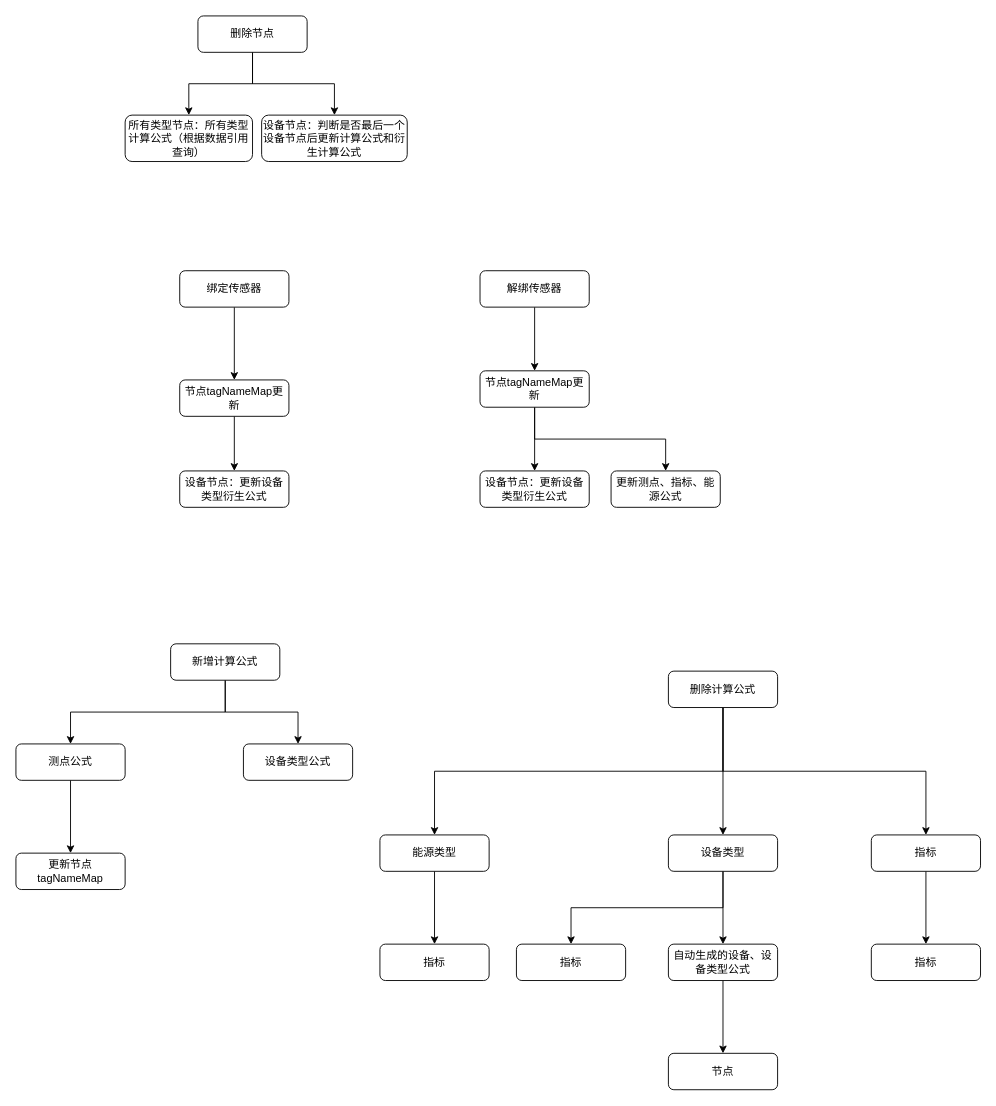
bird1225/draw keeps this draw.io diagram as 能源管理-tagName更新.drawio. Above is the earlier version. Source tidied: cells renumbered, new cells numbered last; positions are measured from the earlier drawing's top-left corner, leaving out a move shared by most shapes. Both pictures are drawn from the tidied source at 91%, with x=0, y=0 at pixel (15, 15).
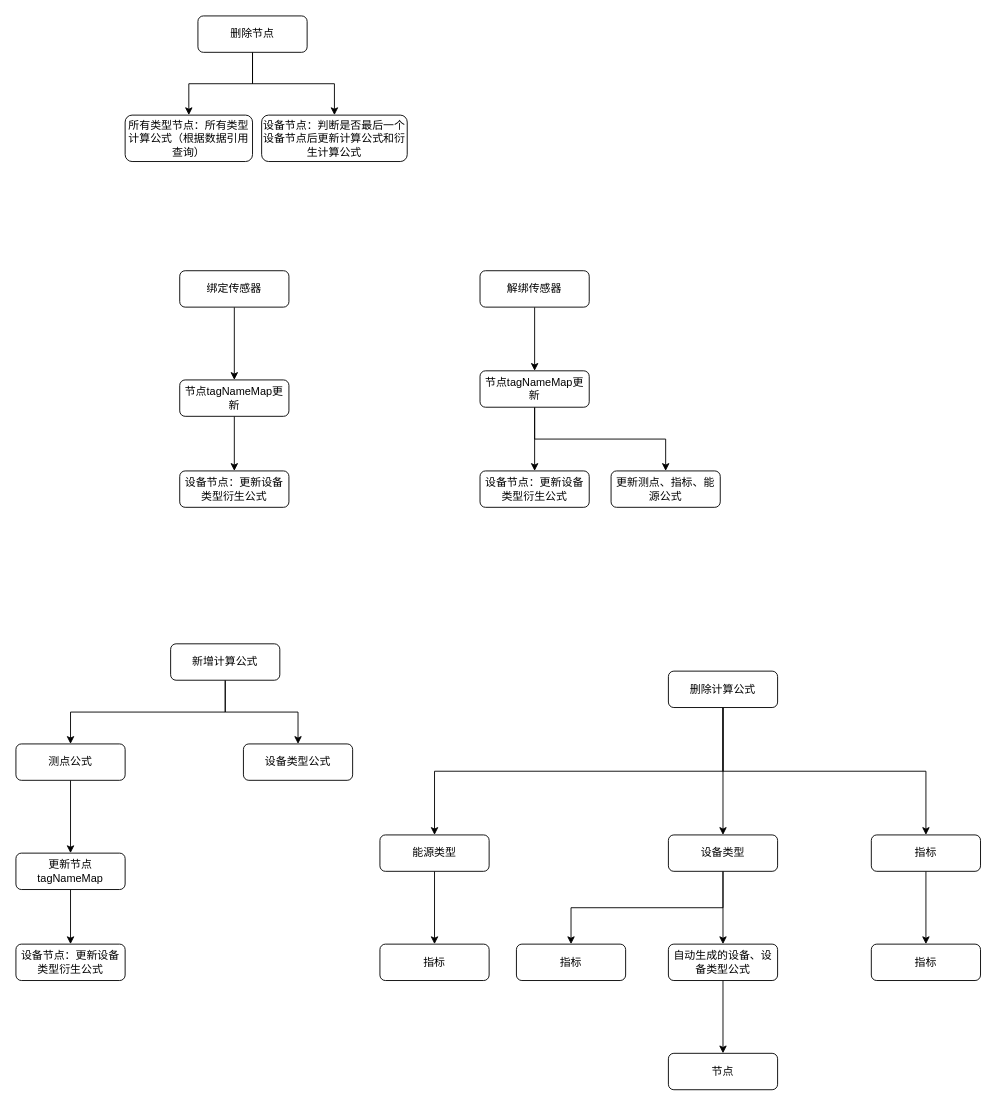
After the change.

Commit message:
更新能源管理-tagName更新.drawio

Unchanged cells that the change refers to:
```xml
<mxCell id="29" value="更新节点tagNameMap" style="rounded=1;whiteSpace=wrap;html=1;fontSize=12;glass=0;strokeWidth=1;shadow=0;" parent="1" vertex="1">
  <mxGeometry y="920" width="120" height="40" as="geometry" />
</mxCell>
```

Diff of the diagram source:
```diff
@@
+    <mxCell id="43" style="edgeStyle=orthogonalEdgeStyle;rounded=0;jettySize=auto;html=1;" parent="1" edge="1" source="29" target="44">
+      <mxGeometry relative="1" as="geometry" />
+    </mxCell>
@@
+    <mxCell id="44" value="设备节点：更新设备类型衍生公式" style="rounded=1;whiteSpace=wrap;html=1;fontSize=12;glass=0;strokeWidth=1;shadow=0;" parent="1" vertex="1">
+      <mxGeometry y="1020" width="120" height="40" as="geometry" />
+    </mxCell>
```
